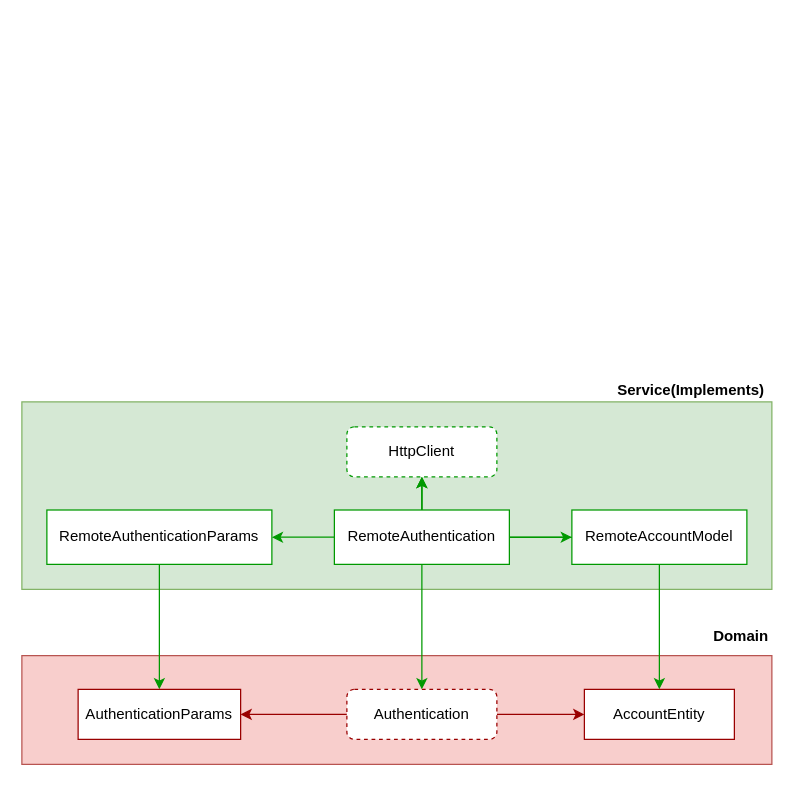
Before: Untitled Diagram.drawio in VagnerWillian/estudo-tdd-clean-flutter, a draw.io diagram. Source tidied: cells renumbered, new cells numbered last; positions are measured from the earlier drawing's top-left corner, leaving out a move shared by most shapes. Both pictures are drawn from the tidied source at 125%, with x=0, y=0 at pixel (21, 371).
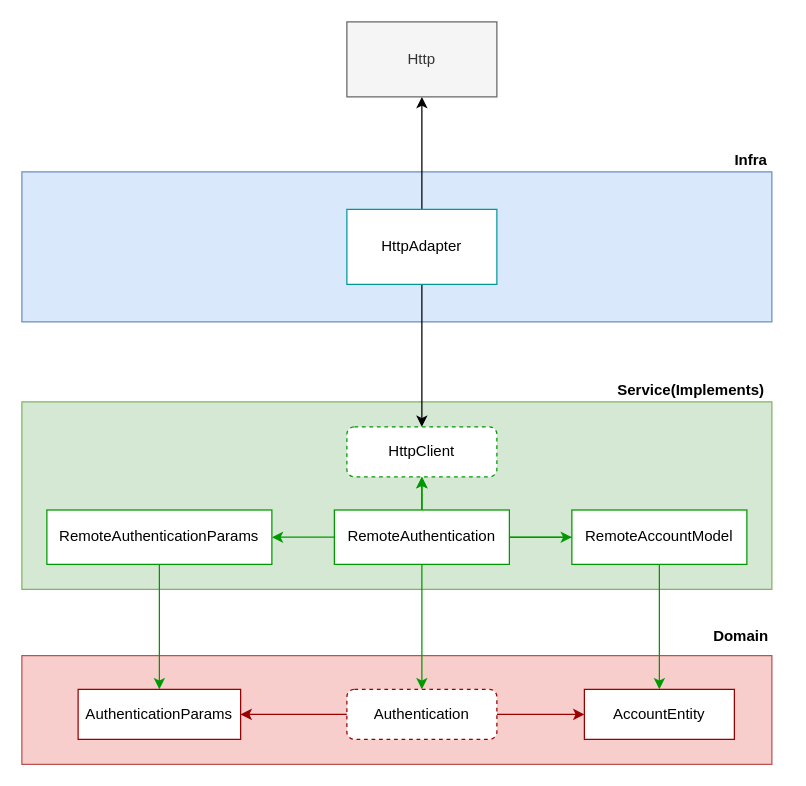
Above is the later version.

Unchanged cells that the change refers to:
```xml
<mxCell id="18" value="HttpClient" style="rounded=1;whiteSpace=wrap;html=1;dashed=1;strokeColor=#009900;" parent="1" vertex="1">
  <mxGeometry x="260" y="44" width="120" height="40" as="geometry" />
</mxCell>
```

The edit, as a diff of the source:
```diff
@@
+    <mxCell id="23" style="rounded=0;whiteSpace=wrap;html=1;fillColor=#dae8fc;strokeColor=#6c8ebf;" parent="1" vertex="1">
+      <mxGeometry y="-160" width="600" height="120" as="geometry" />
+    </mxCell>
+    <mxCell id="24" value="Infra" style="text;html=1;align=center;verticalAlign=middle;strokeColor=none;fillColor=none;fontStyle=1;" parent="1" vertex="1">
+      <mxGeometry x="558" y="-184" width="50" height="30" as="geometry" />
+    </mxCell>
+    <mxCell id="25" style="edgeStyle=orthogonalEdgeStyle;rounded=0;jettySize=auto;html=1;" parent="1" edge="1" source="27" target="18">
+      <mxGeometry relative="1" as="geometry" />
+    </mxCell>
+    <mxCell id="26" style="edgeStyle=orthogonalEdgeStyle;rounded=0;jettySize=auto;html=1;" parent="1" edge="1" source="27" target="28">
+      <mxGeometry relative="1" as="geometry" />
+    </mxCell>
+    <mxCell id="27" value="HttpAdapter" style="rounded=0;whiteSpace=wrap;html=1;strokeColor=#009999;" parent="1" vertex="1">
+      <mxGeometry x="260" y="-130" width="120" height="60" as="geometry" />
+    </mxCell>
+    <mxCell id="28" value="Http" style="rounded=0;whiteSpace=wrap;html=1;strokeColor=#666666;fillColor=#f5f5f5;fontColor=#333333;" parent="1" vertex="1">
+      <mxGeometry x="260" y="-280" width="120" height="60" as="geometry" />
+    </mxCell>
```
